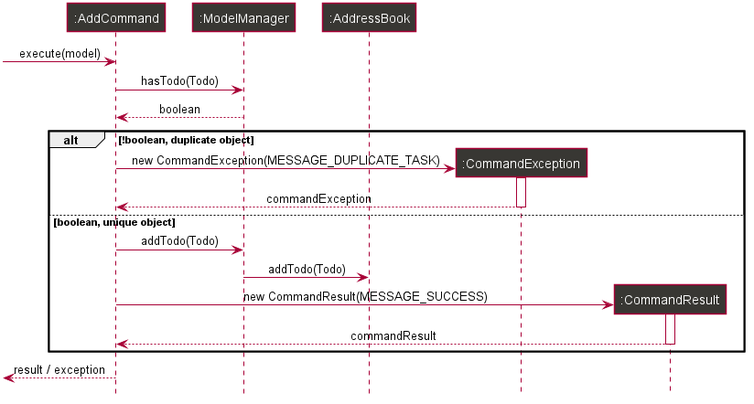
Above: docs/images/AddTaskSequenceDiagram.png in wireseo/tp (PlantUML), before the change.
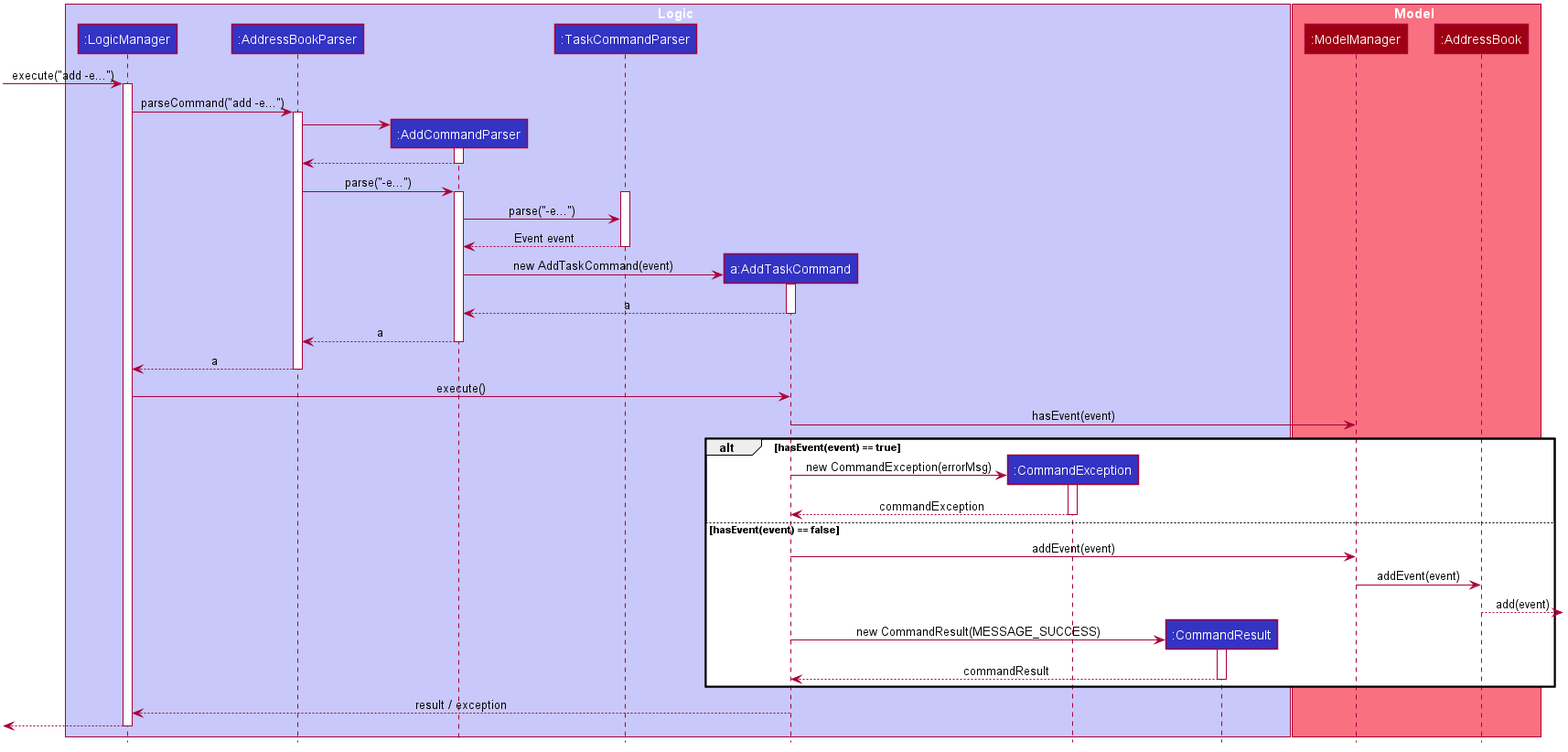
Later version of the same file.

The edit, as a diff of the source:
```diff
@@ -49,38 +49,83 @@
 hide members
 hide circle
 
-participant ":AddCommand" as AddCommand #383733
-participant ":ModelManager" as ModelManager #383733
-participant ":AddressBook" as AddressBook #383733
-participant ":CommandException" as CommandException #383733
-participant ":CommandResult" as CommandResult #383733
+box Logic #C8C8FA
+participant ":LogicManager" as LogicManager #3333C4
+participant ":AddressBookParser" as AddressBookParser #3333C4
+participant ":AddCommandParser" as AddCommandParser #3333C4
+participant ":TaskCommandParser" as TaskCommandParser #3333C4
+participant "a:AddTaskCommand" as AddTaskCommand #3333C4
+participant ":CommandException" as CommandException #3333C4
+participant ":CommandResult" as CommandResult #3333C4
+end box
 
-[-> AddCommand : execute(model)
+box Model #F97181
+participant ":ModelManager" as ModelManager #9D0012
+participant ":AddressBook" as AddressBook #9D0012
+end box
 
-AddCommand -> ModelManager : hasTodo(Todo)
-ModelManager --> AddCommand : boolean
+[-> LogicManager : execute("add -e...")
+activate LogicManager
 
-alt !boolean, duplicate object
+LogicManager -> AddressBookParser : parseCommand("add -e...")
+activate AddressBookParser
+
+create AddCommandParser
+AddressBookParser -> AddCommandParser
+activate AddCommandParser
+
+AddCommandParser --> AddressBookParser
+deactivate AddCommandParser
+
+AddressBookParser -> AddCommandParser : parse("-e...")
+activate AddCommandParser
+
+activate TaskCommandParser
+AddCommandParser -> TaskCommandParser : parse("-e...")
+TaskCommandParser --> AddCommandParser : Event event
+deactivate TaskCommandParser
+
+create AddTaskCommand
+AddCommandParser -> AddTaskCommand : new AddTaskCommand(event)
+activate AddTaskCommand
+
+AddTaskCommand --> AddCommandParser : a
+deactivate AddTaskCommand
+
+AddCommandParser --> AddressBookParser : a
+deactivate AddCommandParser
+
+AddressBookParser --> LogicManager : a
+deactivate AddressBookParser
+
+LogicManager -> AddTaskCommand : execute()
+
+AddTaskCommand -> ModelManager : hasEvent(event)
+
+alt hasEvent(event) == true
 
     create CommandException
-    AddCommand -> CommandException : new CommandException(MESSAGE_DUPLICATE_TASK)
+    AddTaskCommand -> CommandException : new CommandException(errorMsg)
     activate CommandException
-    CommandException --> AddCommand : commandException
+    CommandException --> AddTaskCommand : commandException
     deactivate CommandException
 
-else boolean, unique object
+else hasEvent(event) == false
 
-    AddCommand -> ModelManager : addTodo(Todo)
-    ModelManager -> AddressBook : addTodo(Todo)
+    AddTaskCommand -> ModelManager : addEvent(event)
+    ModelManager -> AddressBook : addEvent(event)
+    AddressBook -->] : add(event)
 
     create CommandResult
-    AddCommand -> CommandResult : new CommandResult(MESSAGE_SUCCESS)
+    AddTaskCommand -> CommandResult : new CommandResult(MESSAGE_SUCCESS)
     activate CommandResult
-    CommandResult --> AddCommand : commandResult
+    CommandResult --> AddTaskCommand : commandResult
     deactivate CommandResult
 
 end
 
-[<-- AddCommand : result / exception
+LogicManager <-- AddTaskCommand : result / exception
+[<--LogicManager
+deactivate LogicManager
 
 @enduml
```
